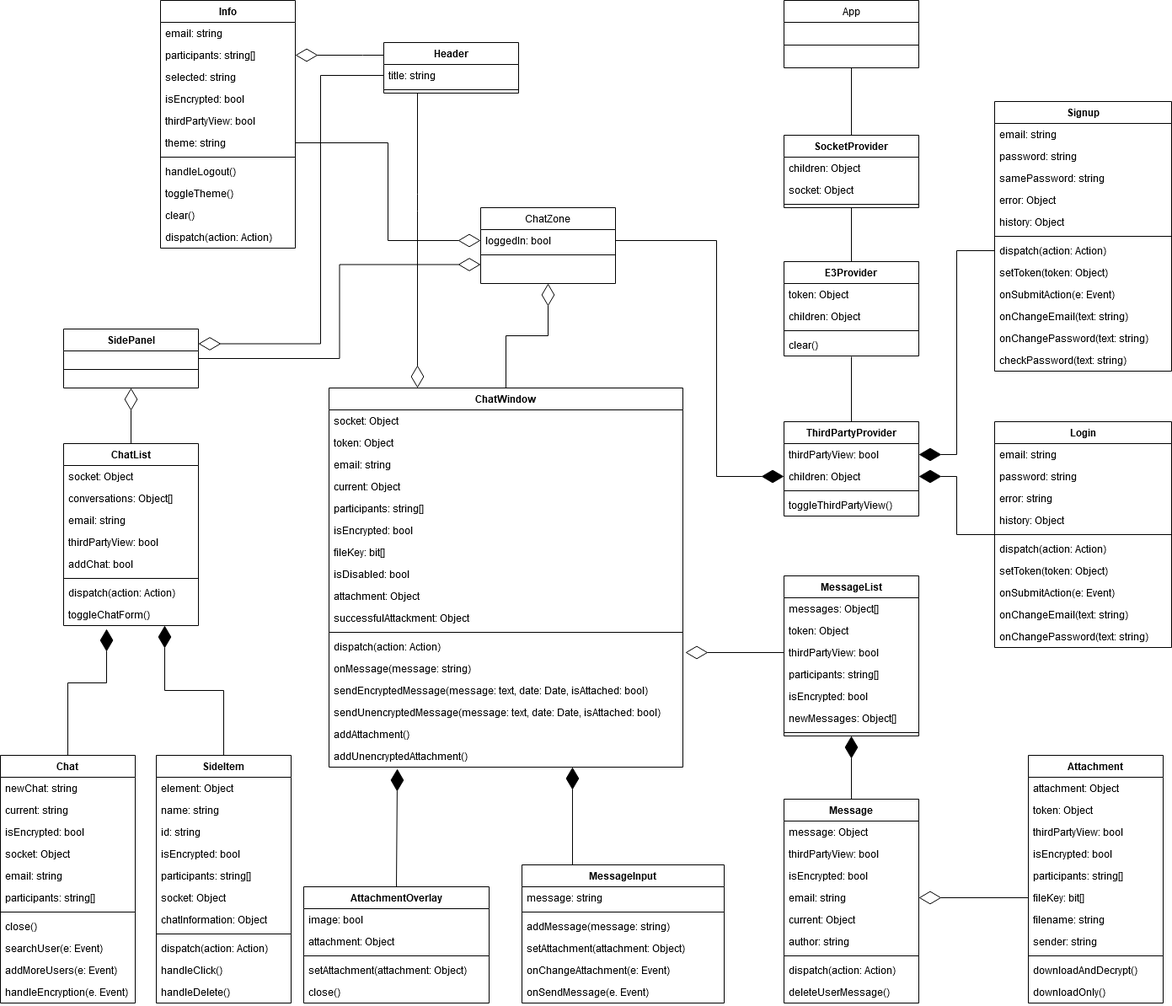
m-daniela/chat-app keeps this draw.io diagram as Notes/Final/Media/Diagrams/class.png. Above is the earlier version. Source tidied: cells renumbered, new cells last; positions are measured from the earlier drawing's top-left corner, leaving out a move shared by most shapes.
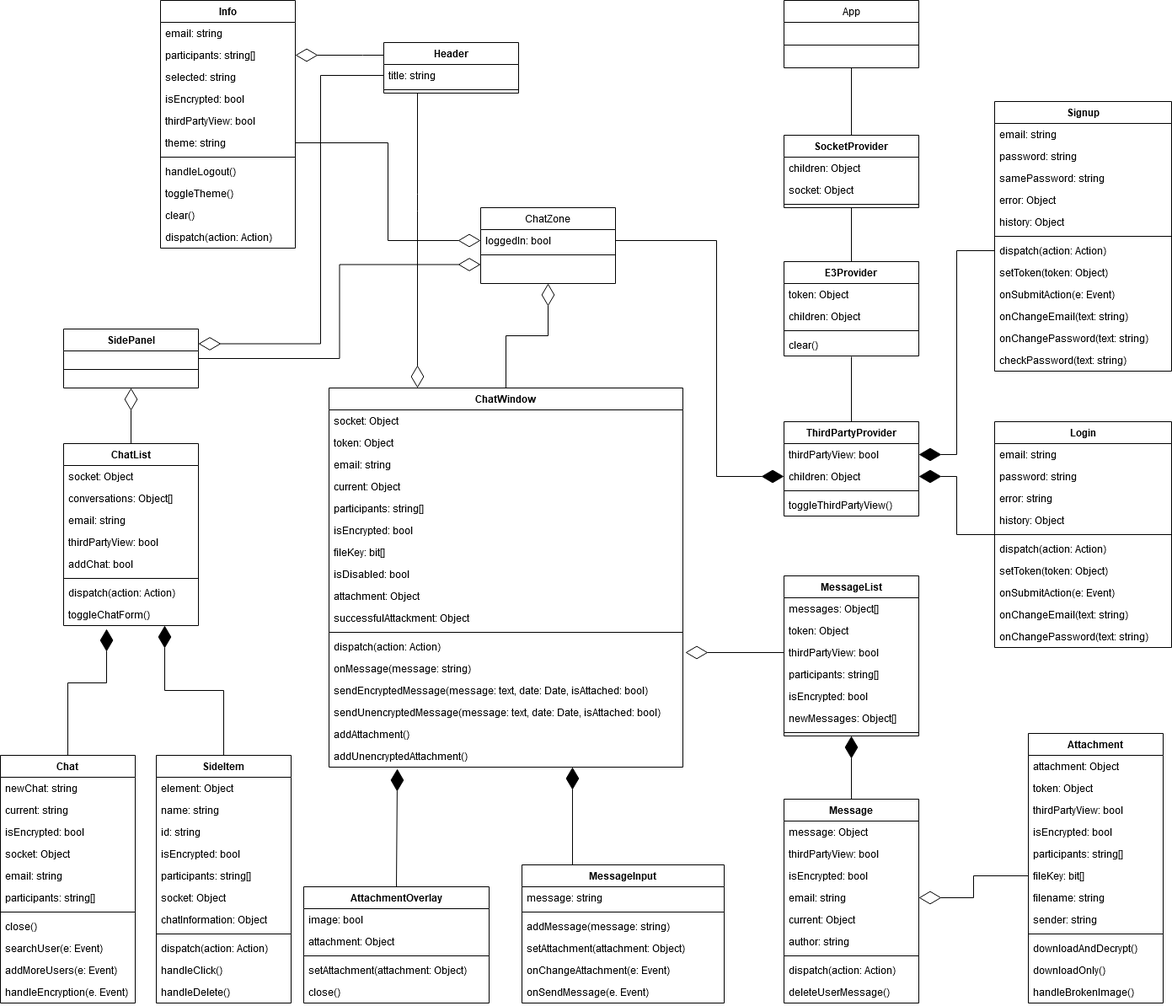
Later version of the same file.

The edit, as a diff of the source:
```diff
@@ -429,7 +429,7 @@
       <mxGeometry y="138" width="240" height="26" as="geometry" />
     </mxCell>
     <mxCell id="144" value="Attachment" style="swimlane;fontStyle=1;align=center;verticalAlign=top;horizontal=1;startSize=26;" parent="1" vertex="1">
-      <mxGeometry x="1220" y="896" width="160" height="294" as="geometry" />
+      <mxGeometry x="1220" y="870" width="160" height="320" as="geometry" />
     </mxCell>
     <mxCell id="145" value="attachment: Object" style="text;strokeColor=none;fillColor=none;align=left;verticalAlign=top;spacingLeft=4;spacingRight=4;overflow=hidden;" parent="144" vertex="1">
       <mxGeometry y="26" width="160" height="26" as="geometry" />
@@ -464,6 +464,9 @@
     <mxCell id="155" value="downloadOnly()" style="text;strokeColor=none;fillColor=none;align=left;verticalAlign=top;spacingLeft=4;spacingRight=4;overflow=hidden;" parent="144" vertex="1">
       <mxGeometry y="268" width="160" height="26" as="geometry" />
     </mxCell>
+    <mxCell id="176" value="handleBrokenImage()" style="text;strokeColor=none;fillColor=none;align=left;verticalAlign=top;spacingLeft=4;spacingRight=4;overflow=hidden;" parent="144" vertex="1">
+      <mxGeometry y="294" width="160" height="26" as="geometry" />
+    </mxCell>
     <mxCell id="156" style="endArrow=none;html=1;edgeStyle=orthogonalEdgeStyle;exitX=0.5;exitY=1;exitDx=0;exitDy=0;entryX=0.5;entryY=0;entryDx=0;entryDy=0;" parent="1" edge="1" source="2" target="62">
       <mxGeometry relative="1" as="geometry" />
     </mxCell>
@@ -546,7 +549,7 @@
     <mxCell id="174" style="endArrow=diamondThin;endFill=1;endSize=24;html=1;entryX=0.5;entryY=1;entryDx=0;entryDy=0;exitX=0.5;exitY=0;exitDx=0;exitDy=0;" parent="1" edge="1" source="127" target="119">
       <mxGeometry relative="1" as="geometry" />
     </mxCell>
-    <mxCell id="175" style="endArrow=diamondThin;endFill=0;endSize=24;html=1;entryX=1;entryY=0.5;entryDx=0;entryDy=0;exitX=0;exitY=0.5;exitDx=0;exitDy=0;" parent="1" edge="1" source="150" target="131">
+    <mxCell id="175" style="endArrow=diamondThin;endFill=0;endSize=24;html=1;entryX=1;entryY=0.5;entryDx=0;entryDy=0;exitX=0;exitY=0.5;exitDx=0;exitDy=0;edgeStyle=orthogonalEdgeStyle;rounded=0;" parent="1" edge="1" source="150" target="131">
       <mxGeometry relative="1" as="geometry" />
     </mxCell>
   </root>
```
